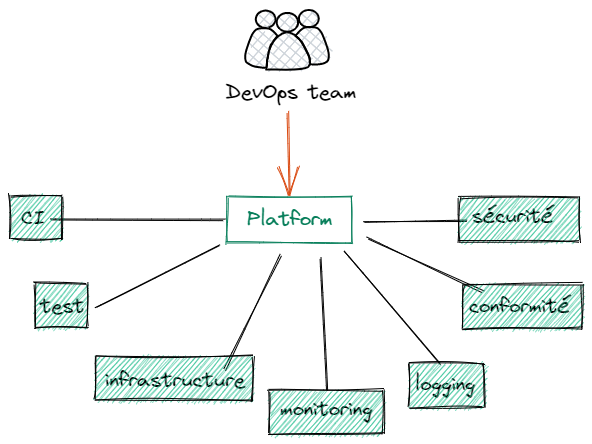
The Excalidraw diagram snowcamp_2023/assets/platform-end.excalidraw.png in ojacques/presentations, before a commit. Source tidied: one line per element, renumbered; positions are measured from the earlier drawing's top-left corner, leaving out a move shared by most shapes.
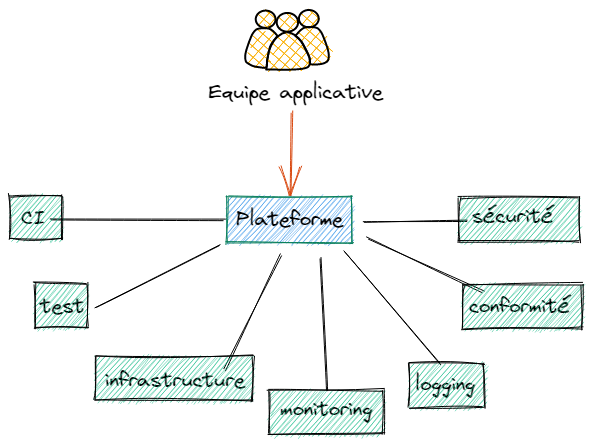
After the commit.

What changed in the source:
```diff
@@ -5,8 +5,8 @@
 {"id": 4, "type": "text", "text": "CI", "strokeColor": "#000000", "strokeWidth": 1, "roughness": 1, "fontSize": 20, "fontFamily": 1, "x": 11, "y": 196, "width": 26, "height": 25}
 {"id": 5, "type": "text", "text": "logging", "strokeColor": "#000000", "strokeWidth": 1, "roughness": 1, "fontSize": 20, "fontFamily": 1, "x": 405, "y": 362, "width": 62, "height": 25}
 {"id": 6, "type": "text", "text": "test", "strokeColor": "#000000", "strokeWidth": 1, "roughness": 1, "fontSize": 20, "fontFamily": 1, "x": 30, "y": 284, "width": 46, "height": 25}
-{"id": 7, "type": "rectangle", "strokeColor": "#087f5b", "strokeWidth": 1, "roughness": 1, "x": 217, "y": 187, "width": 125, "height": 46}
+{"id": 7, "type": "rectangle", "strokeColor": "#087f5b", "backgroundColor": "#228be6", "fillStyle": "hachure", "strokeWidth": 1, "roughness": 1, "x": 217, "y": 187, "width": 125, "height": 46}
-{"id": 8, "type": "text", "text": "Platform", "strokeColor": "#087f5b", "strokeWidth": 1, "roughness": 1, "fontSize": 20, "fontFamily": 1, "textAlign": "center", "verticalAlign": "middle", "inside": 7, "x": 236, "y": 197, "width": 87, "height": 25}
+{"id": 8, "type": "text", "text": "Plateforme", "strokeColor": "#000000", "strokeWidth": 1, "roughness": 1, "fontSize": 20, "fontFamily": 1, "textAlign": "center", "verticalAlign": "middle", "inside": 7, "x": 225, "y": 197, "width": 109, "height": 25}
 {"id": 9, "type": "line", "strokeColor": "#000000", "strokeWidth": 1, "roughness": 1, "x": 41, "y": 210, "width": 173, "height": 0, "points": [[0, 0], [173, 0]]}
 {"id": 10, "type": "line", "strokeColor": "#000000", "strokeWidth": 1, "roughness": 1, "x": 86, "y": 297, "width": 124, "height": 61, "points": [[0, 0], [124, -61]]}
 {"id": 11, "type": "line", "strokeColor": "#000000", "strokeWidth": 1, "roughness": 1, "x": 215, "y": 360, "width": 57, "height": 114, "points": [[0, 0], [57, -114]]}
@@ -14,14 +14,14 @@
 {"id": 13, "type": "line", "strokeColor": "#000000", "strokeWidth": 1, "roughness": 1, "x": 334, "y": 243, "width": 96, "height": 111, "points": [[0, 0], [96, 111]]}
 {"id": 14, "type": "line", "strokeColor": "#000000", "strokeWidth": 1, "roughness": 1, "x": 357, "y": 228, "width": 116, "height": 54, "points": [[0, 0], [116, 54]]}
 {"id": 15, "type": "line", "strokeColor": "#000000", "strokeWidth": 1, "roughness": 1, "x": 354, "y": 212, "width": 102, "height": 1, "points": [[0, 0], [102, -1]]}
-{"id": 16, "type": "text", "text": "DevOps team", "strokeColor": "#000000", "backgroundColor": "white", "fillStyle": "solid", "strokeWidth": 1, "roughness": 1, "fontSize": 20, "fontFamily": 1, "x": 216, "y": 70, "width": 132, "height": 25}
+{"id": 16, "type": "text", "text": "Equipe applicative", "strokeColor": "#000000", "backgroundColor": "white", "fillStyle": "solid", "strokeWidth": 1, "roughness": 1, "fontSize": 20, "fontFamily": 1, "x": 199, "y": 70, "width": 176, "height": 25}
-{"id": 17, "type": "ellipse", "strokeColor": "#000000", "backgroundColor": "#ced4da", "fillStyle": "cross-hatch", "strokeWidth": 2, "roughness": 0, "x": 289, "y": 0, "width": 20, "height": 17}
+{"id": 17, "type": "ellipse", "strokeColor": "#000000", "backgroundColor": "#fab005", "fillStyle": "cross-hatch", "strokeWidth": 2, "roughness": 0, "x": 289, "y": 0, "width": 20, "height": 17}
-{"id": 18, "type": "ellipse", "strokeColor": "#000000", "backgroundColor": "#ced4da", "fillStyle": "cross-hatch", "strokeWidth": 2, "roughness": 0, "x": 246, "y": 1, "width": 20, "height": 17}
+{"id": 18, "type": "ellipse", "strokeColor": "#000000", "backgroundColor": "#fab005", "fillStyle": "cross-hatch", "strokeWidth": 2, "roughness": 0, "x": 246, "y": 1, "width": 20, "height": 17}
-{"id": 19, "type": "line", "strokeColor": "#000000", "backgroundColor": "#ced4da", "fillStyle": "cross-hatch", "strokeWidth": 2, "roughness": 0, "x": 256, "y": 60, "width": 42, "height": 37, "points": [[0, 0], [5, -25], [20, -37], [35, -27], [42, -3], [0, 0]]}
+{"id": 19, "type": "line", "strokeColor": "#000000", "backgroundColor": "#fab005", "fillStyle": "cross-hatch", "strokeWidth": 2, "roughness": 0, "x": 256, "y": 60, "width": 42, "height": 37, "points": [[0, 0], [5, -25], [20, -37], [35, -27], [42, -3], [0, 0]]}
-{"id": 20, "type": "ellipse", "strokeColor": "#000000", "backgroundColor": "#ced4da", "fillStyle": "cross-hatch", "strokeWidth": 2, "roughness": 0, "x": 267, "y": 3, "width": 21, "height": 19}
+{"id": 20, "type": "ellipse", "strokeColor": "#000000", "backgroundColor": "#fab005", "fillStyle": "cross-hatch", "strokeWidth": 2, "roughness": 0, "x": 267, "y": 3, "width": 21, "height": 19}
-{"id": 21, "type": "line", "strokeColor": "#000000", "backgroundColor": "#ced4da", "fillStyle": "cross-hatch", "strokeWidth": 2, "roughness": 0, "x": 285, "y": 26, "width": 33, "height": 37, "points": [[0, 0], [5, -6], [10, -8], [17, -9], [22, -8], [26, -4], [28, 2], [31, 8], [33, 14], [33, 20], [33, 25], [29, 27], [25, 28], [19, 29], [15, 28], [14, 22], [13, 19], [10, 13], [6, 6], [0, 0]]}
+{"id": 21, "type": "line", "strokeColor": "#000000", "backgroundColor": "#fab005", "fillStyle": "cross-hatch", "strokeWidth": 2, "roughness": 0, "x": 285, "y": 26, "width": 33, "height": 37, "points": [[0, 0], [5, -6], [10, -8], [17, -9], [22, -8], [26, -4], [28, 2], [31, 8], [33, 14], [33, 20], [33, 25], [29, 27], [25, 28], [19, 29], [15, 28], [14, 22], [13, 19], [10, 13], [6, 6], [0, 0]]}
-{"id": 22, "type": "line", "strokeColor": "#000000", "backgroundColor": "#ced4da", "fillStyle": "cross-hatch", "strokeWidth": 2, "roughness": 0, "x": 267, "y": 26, "width": 32, "height": 39, "points": [[0, 0], [-4, -4], [-8, -7], [-16, -8], [-21, -6], [-25, -2], [-27, 3], [-29, 9], [-31, 16], [-32, 21], [-31, 26], [-28, 28], [-24, 30], [-18, 31], [-11, 31], [-10, 24], [-10, 21], [-8, 15], [-5, 7], [0, 0]]}
+{"id": 22, "type": "line", "strokeColor": "#000000", "backgroundColor": "#fab005", "fillStyle": "cross-hatch", "strokeWidth": 2, "roughness": 0, "x": 267, "y": 26, "width": 32, "height": 39, "points": [[0, 0], [-4, -4], [-8, -7], [-16, -8], [-21, -6], [-25, -2], [-27, 3], [-29, 9], [-31, 16], [-32, 21], [-31, 26], [-28, 28], [-24, 30], [-18, 31], [-11, 31], [-10, 24], [-10, 21], [-8, 15], [-5, 7], [0, 0]]}
-{"id": 23, "type": "arrow", "strokeColor": "#d9480f", "strokeWidth": 1, "roughness": 1, "endArrowhead": "arrow", "from": 16, "to": 7, "x": 279, "y": 102, "width": 1, "height": 82, "points": [[0, 0], [1, 82]]}
+{"id": 23, "type": "arrow", "strokeColor": "#d9480f", "strokeWidth": 1, "roughness": 1, "endArrowhead": "arrow", "from": 16, "to": 7, "x": 283, "y": 102, "width": 2, "height": 82, "points": [[0, 0], [-2, 82]]}
 {"id": 24, "type": "rectangle", "strokeColor": "#000000", "backgroundColor": "#12b886", "fillStyle": "hachure", "strokeWidth": 1, "roughness": 1, "x": 0, "y": 185, "width": 52, "height": 44}
 {"id": 25, "type": "rectangle", "strokeColor": "#000000", "backgroundColor": "#12b886", "fillStyle": "hachure", "strokeWidth": 1, "roughness": 1, "x": 25, "y": 273, "width": 52, "height": 44}
 {"id": 26, "type": "rectangle", "strokeColor": "#000000", "backgroundColor": "#12b886", "fillStyle": "hachure", "strokeWidth": 1, "roughness": 1, "x": 85, "y": 346, "width": 158, "height": 44}
```
